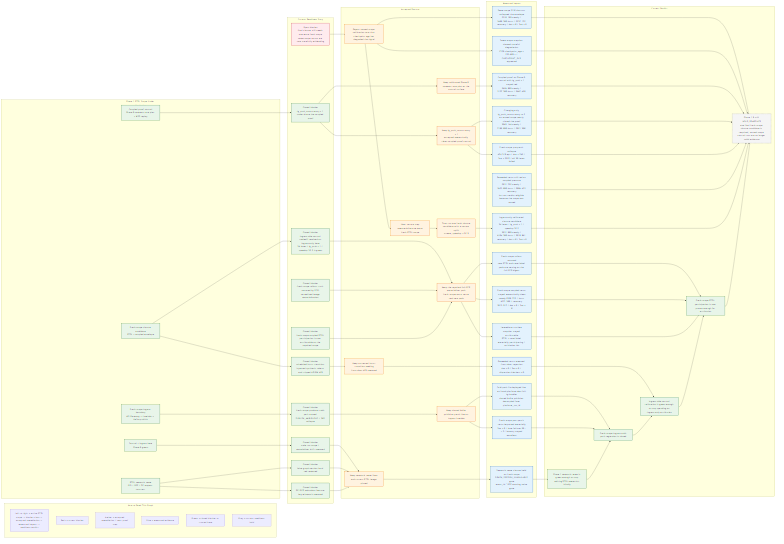
EsosaOrumwese/fraud-detection-system keeps this Mermaid diagram as docs/design/platform/dev_full/graph/readiness/dev_full_rtdl_readiness_delta_current_v0.mermaid.png. Above is the earlier version. Its source is kept beside it as docs/design/platform/dev_full/graph/readiness/dev_full_rtdl_readiness_delta_current_v0.mermaid.mmd.
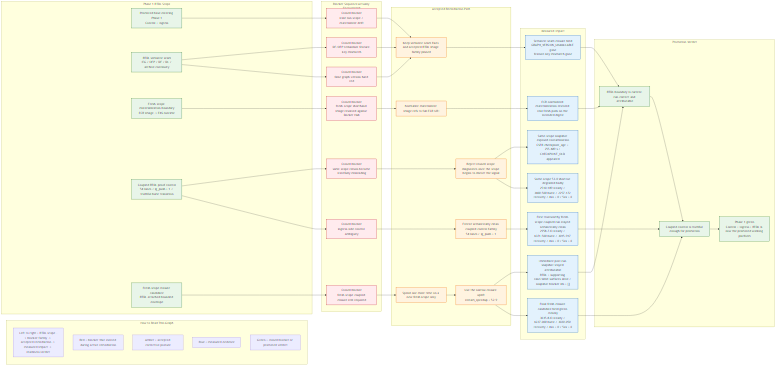
The same diagram one commit later.

Commit message:
Promote RTDL into the working platform

Change to the diagram source:
```diff
@@ -6,70 +6,54 @@
 flowchart LR
 
   subgraph LEGEND["How to Read This Graph"]
-    L1["Left to right = active RTDL scope -> blocker class -> accepted remediation -> measured impact -> readiness verdict"]
-    L2["Red = current blocker"]
-    L3["Amber = accepted remediation / next proof step"]
+    L1["Left to right = RTDL scope -> blocker family -> accepted remediation -> measured impact -> readiness verdict"]
+    L2["Red = blocker that existed during active remediation"]
+    L3["Amber = accepted corrective posture"]
     L4["Blue = measured evidence"]
-    L5["Green = closed blocker or trusted base"]
-    L6["Gray = current readiness hold"]
+    L5["Green = closed blocker or promoted verdict"]
   end
 
-  subgraph RTDL["Phase 1 RTDL Scope Under Hardening"]
-    C0["Control + Ingress base<br>Phase 0 green"]
-    C1["RTDL semantic seam<br>IEG / OFP / DF request contract"]
-    C2["Coupled proof control<br>Phase 0 common rate plan + WSP replay"]
-    C3["Fresh-scope ingress boundary<br>API Gateway -> Lambda -> Kafka publish"]
-    C4["Fresh-scope closure candidate<br>RTDL + coupled envelope"]
+  subgraph RTDL["Phase 1 RTDL Scope"]
+    C0["Promoted base entering Phase 1<br>Control + Ingress"]
+    C1["RTDL semantic seam<br>IEG / OFP / DF / DL / archive continuity"]
+    C2["Fresh-scope materialization boundary<br>ECR image -> EKS runtime"]
+    C3["Coupled RTDL proof control<br>54 lanes / ig_push = 1 / truthful burst transition"]
+    C4["Fresh-scope closure candidate<br>RTDL-attached bounded envelope"]
   end
 
-  subgraph BLOCKERS["Current Readiness Story"]
-    B1["Closed blocker<br>stale run-scope / materializer drift removed"]
-    B2["Closed blocker<br>false graph-version hard red removed"]
-    B3["Closed blocker<br>DF/OFP redundant feature-key mismatch removed"]
-    B4["Closed blocker<br>ig_push_concurrency = 1 under-drove the coupled proof"]
-    B5["Closed blocker<br>fresh-scope producer cold-path caused PUBLISH_AMBIGUOUS / 503 collapse"]
-    B6["Closed blocker<br>scheduled burst transition injected synthetic tokens and tripped APIGW 429"]
-    B7["Closed blocker<br>ingress-side control tradeoff resolved on ingress-only base<br>54 lanes / ig_push = 1 / speedup 52.2 is green"]
-    B8["Closed blocker<br>fresh-scope rollout truth restored by ECR-normalized image materialization"]
-    B9["Closed blocker<br>fresh-scope coupled RTDL participation is now attributable on the repaired scope"]
-    B10["Open blocker<br>final closure still needs one more fresh scope<br>same-scope reruns are now statefully misleading"]
+  subgraph BLOCKERS["Blocker Sequence Actually Encountered"]
+    B1["Closed blocker<br>stale run-scope / materializer drift"]
+    B2["Closed blocker<br>false graph-version hard red"]
+    B3["Closed blocker<br>DF/OFP redundant feature-key mismatch"]
+    B4["Closed blocker<br>fresh-scope shorthand image resolved against Docker Hub"]
+    B5["Closed blocker<br>ingress-side control ambiguity"]
+    B6["Closed blocker<br>same-scope reruns became statefully misleading"]
+    B7["Closed blocker<br>fresh-scope coupled closure still required"]
   end
 
-  subgraph POSTURE["Accepted Posture"]
-    P1["Keep semantic seam fixes and current RTDL image pinned"]
-    P2["Keep calibrated Phase 0 common rate plan as the control surface"]
-    P3["Keep ig_push_concurrency = 1<br>accepted semantically clean coupled-proof control"]
-    P4["Keep shared Kafka publisher patch live on ingress Lambda"]
-    P5["Keep corrected burst-transition seeding<br>front-door 429 removed"]
-    P6["Keep the repaired full-ECR materializer path<br>fresh scopes must serve real new pods"]
-    P7["Reject reused-scope calibration now that checkpoint age has degraded the signal"]
-    P8["Next narrow step<br>rematerialize one more fresh RTDL scope"]
-    P9["Then run one fresh closure candidate with a narrow uplift<br>stream_speedup = 52.9"]
+  subgraph POSTURE["Accepted Remediation Path"]
+    P1["Keep semantic seam fixes and accepted RTDL image family pinned"]
+    P2["Normalize materializer image refs to full ECR URI"]
+    P3["Freeze semantically clean coupled control family<br>54 lanes / ig_push = 1"]
+    P4["Reject reused-scope diagnostics once the scope begins to distort the signal"]
+    P5["Spend one more time on a new fresh scope only"]
+    P6["Use the narrow closure uplift<br>stream_speedup = 52.9"]
   end
 
   subgraph EVIDENCE["Measured Impact"]
-    E1["Semantic seam closure held on fresh scope<br>GRAPH_VERSION_UNAVAILABLE gone<br>event_id:* OFP warning noise gone"]
-    E2["Coupled proof on Phase 0 control with ig_push = 1 stayed red<br>2626.889 steady / 3137.500 burst / 2667.428 recovery"]
-    E3["Changing only ig_push_concurrency to 2 on reused scope nearly closed the proof<br>3065.144 steady / 7189.000 burst / 2921.500 recovery"]
-    E4["Fresh-scope pre-patch collapse<br>474.519 eps / 4xx = 762 / 5xx = 2222 / all 50 lanes failed"]
-    E5["Cold-path fix deployed live on fraud-platform-dev-full-ig-handler<br>shared Kafka publisher decoupled from platform_run_id"]
-    E6["Fresh-scope post-patch rerun improved materially<br>5xx = 0 / lane failures 50 -> 2 / latency stayed excellent"]
-    E7["Reseeded rerun removed front-door rejection<br>4xx = 0 / 5xx = 0 / dispatcher blockers = 0"]
-    E8["Reseeded rerun still red on coupled pressure<br>2931.722 steady / 3625.000 burst / 2886.433 recovery<br>but not verdict-eligible because the scope was reused"]
-    E9["Ingress-only calibrated closure candidate<br>54 lanes / ig_push = 1 / speedup 52.2<br>3031.889 steady / 6104.500 burst / 3018.861 recovery / 4xx = 0 / 5xx = 0"]
-    E10["Fresh-scope rollout restored<br>new RTDL and case/label pods are serving on the full ECR digest"]
-    E11["Fresh-scope coupled rerun stayed semantically clean<br>steady 2958.733 / burst 6371.500 / recovery 3015.917 / 4xx = 0 / 5xx = 0"]
-    E12["Immediate runtime snapshot stayed attributable<br>RTDL + case/label materially participating / no blocker ids"]
-    E13["Same-scope 53.0 shortcut collapsed the envelope<br>2510.189 steady / 3400.500 burst / 2257.172 recovery / 4xx = 0 / 5xx = 0"]
-    E14["Same-scope snapshot showed stateful degradation<br>CSFB checkpoint_age = 255.689 s / CHECKPOINT_OLD appeared"]
+    E1["Semantic seam closure held<br>GRAPH_VERSION_UNAVAILABLE gone<br>feature-key mismatch gone"]
+    E2["ECR-normalized materialization restored real fresh pods on the intended digest"]
+    E3["First trustworthy fresh-scope coupled run stayed semantically clean<br>2958.733 steady / 6371.500 burst / 3015.917 recovery / 4xx = 0 / 5xx = 0"]
+    E4["Same-scope 53.0 shortcut degraded badly<br>2510.189 steady / 3400.500 burst / 2257.172 recovery / 4xx = 0 / 5xx = 0"]
+    E5["Same-scope snapshot exposed contamination<br>CSFB checkpoint_age = 255.689 s / CHECKPOINT_OLD appeared"]
+    E6["Final fresh closure candidate held green cleanly<br>3035.833 steady / 6227.000 burst / 3020.050 recovery / 4xx = 0 / 5xx = 0"]
+    E7["Immediate post-run snapshot stayed attributable<br>RTDL + supporting case/label surfaces alive / snapshot blocker ids = []"]
   end
 
-  subgraph VERDICT["Current Verdict"]
-    V1["Phase 1 semantic seam is green enough to stop editing RTDL semantics blindly"]
-    V2["Fresh-scope ingress cold-path regression is closed"]
-    V3["Ingress-side control calibration is green enough to stop spending on ingress-only attribution"]
-    V4["Fresh-scope RTDL participation is now proven enough for attribution"]
-    V5["Phase 1.B still HOLD_REMEDIATE<br>one final fresh-scope closure candidate is required; reused-scope control runs are no longer valid evidence"]
+  subgraph VERDICT["Promotion Verdict"]
+    V1["RTDL boundary is current-run-correct and attributable"]
+    V2["Coupled control is truthful enough for promotion"]
+    V3["Phase 1 green<br>Control + Ingress + RTDL is now the promoted working platform"]
   end
 
   C0 --> B1
@@ -77,66 +61,41 @@
   C1 --> B3
   C2 --> B4
   C3 --> B5
-  C4 --> B6
+  C3 --> B6
   C4 --> B7
 
   B1 --> P1
   B2 --> P1
   B3 --> P1
   B4 --> P2
-  B4 --> P3
-  B5 --> P4
-  B6 --> P5
-  B7 --> P6
-  B8 --> P6
-  B9 --> P6
-  B10 --> P7
-  P7 --> P8
-  P8 --> P9
+  B5 --> P3
+  B6 --> P4
+  B7 --> P5
+  P5 --> P6
 
   P1 --> E1
   P2 --> E2
   P3 --> E3
+  P4 --> E4
   P4 --> E5
-  P4 --> E6
-  P5 --> E7
-  P6 --> E10
-  P6 --> E11
-  P6 --> E12
-  P7 --> E13
-  P7 --> E14
-  P9 --> E9
-  P3 --> E4
+  P6 --> E6
+  P6 --> E7
 
   E1 --> V1
-  E5 --> V2
+  E2 --> V1
+  E3 --> V2
   E6 --> V2
-  E7 --> V3
-  E10 --> V4
-  E11 --> V4
-  E12 --> V4
-  E13 --> V5
-  E14 --> V5
-  E2 --> V5
-  E3 --> V5
-  E4 --> V5
-  E8 --> V5
-  E9 --> V5
+  E7 --> V1
   V1 --> V2
   V2 --> V3
-  V3 --> V4
-  V4 --> V5
 
   classDef comp fill:#e8f5e9,stroke:#2e7d32,color:#111,stroke-width:1.3px;
   classDef defect fill:#ffebee,stroke:#c62828,color:#111,stroke-width:1.3px;
   classDef fix fill:#fff3e0,stroke:#ef6c00,color:#111,stroke-width:1.3px;
   classDef metric fill:#e3f2fd,stroke:#1565c0,color:#111,stroke-width:1.3px;
-  classDef caveat fill:#f5f5f5,stroke:#616161,color:#111,stroke-dasharray: 5 3;
 
   class C0,C1,C2,C3,C4 comp;
-  class B1,B2,B3,B4,B5,B6,B7,B8,B9 comp;
-  class B10 defect;
-  class P1,P2,P3,P4,P5,P6,P7,P8,P9 fix;
-  class E1,E2,E3,E4,E5,E6,E7,E8,E9,E10,E11,E12,E13,E14 metric;
-  class V1,V2,V3,V4 comp;
-  class V5 caveat;
+  class B1,B2,B3,B4,B5,B6,B7 defect;
+  class P1,P2,P3,P4,P5,P6 fix;
+  class E1,E2,E3,E4,E5,E6,E7 metric;
+  class V1,V2,V3 comp;
```
